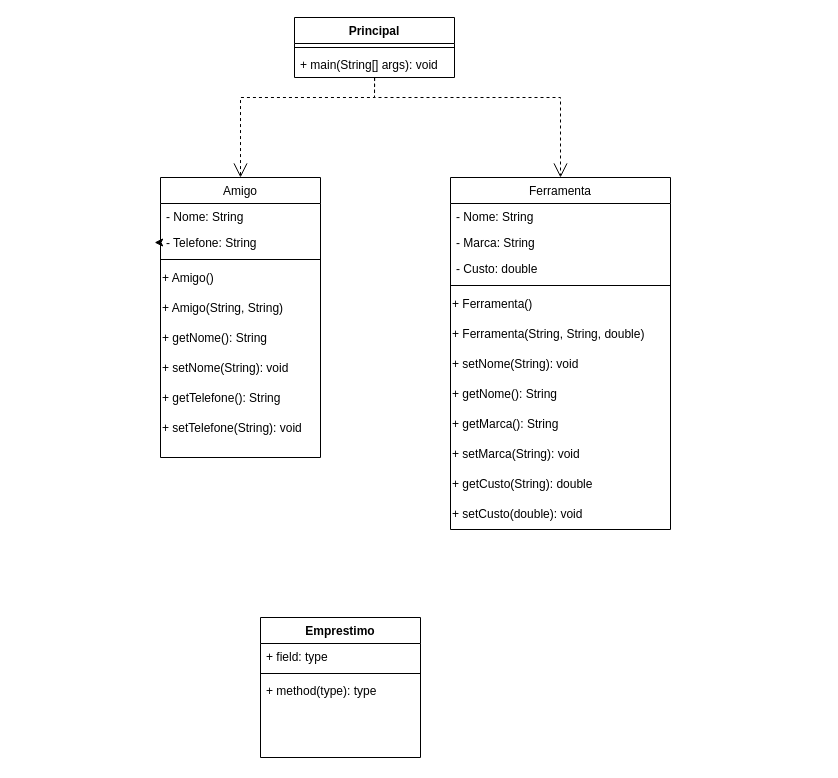
Earlier version of the draw.io diagram Diagrama sem nome.drawio (felipeghizo/Emprestimo_Ferramentas). Source tidied: cells renumbered, new cells numbered last; positions are measured from the earlier drawing's top-left corner, leaving out a move shared by most shapes. Both pictures are drawn from the tidied source at 100%, with x=0, y=0 at pixel (160, 17).
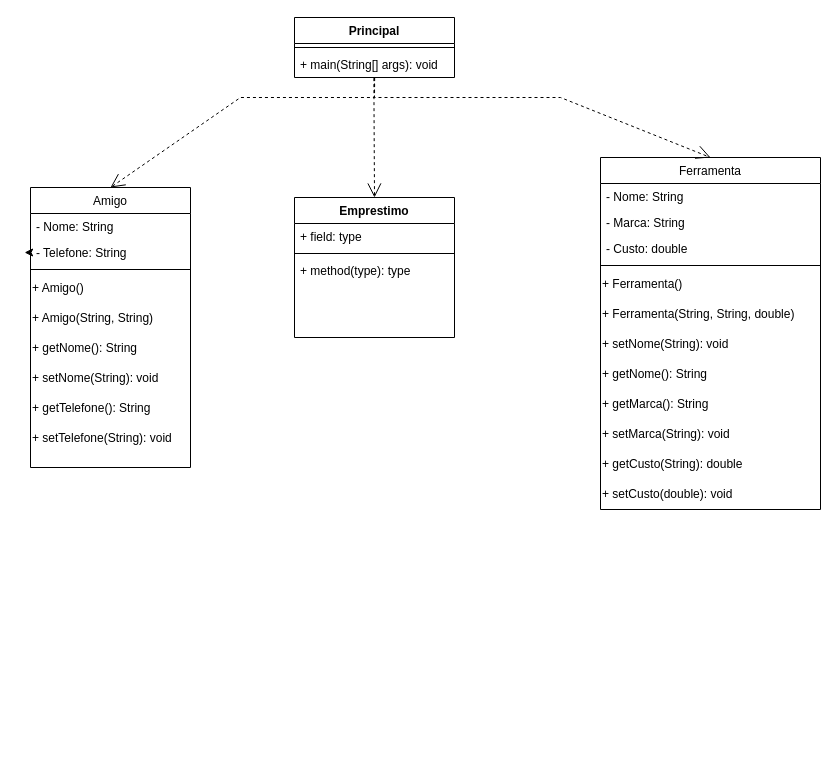
After the change.

Unchanged cells that the change refers to:
```xml
<mxCell id="28" value="+ main(String[] args): void" style="text;strokeColor=none;fillColor=none;align=left;verticalAlign=top;spacingLeft=4;spacingRight=4;overflow=hidden;points=[[0,0.5],[1,0.5]];portConstraint=eastwest;whiteSpace=wrap;html=1;" parent="26" vertex="1">
  <mxGeometry y="34" width="160" height="26" as="geometry" />
</mxCell>
```

What changed in the source:
```diff
@@
     <mxCell id="2" value="Amigo" style="swimlane;fontStyle=0;align=center;verticalAlign=top;horizontal=1;startSize=26;rounded=0;shadow=0;strokeWidth=1;" parent="1" vertex="1">
-      <mxGeometry y="160" width="160" height="280" as="geometry" />
+      <mxGeometry x="-130" y="170" width="160" height="280" as="geometry" />
     </mxCell>
@@
     <mxCell id="13" value="Ferramenta" style="swimlane;fontStyle=0;align=center;verticalAlign=top;horizontal=1;startSize=26;rounded=0;shadow=0;strokeWidth=1;" parent="1" vertex="1">
-      <mxGeometry x="290" y="160" width="220" height="352" as="geometry" />
+      <mxGeometry x="440" y="140" width="220" height="352" as="geometry" />
     </mxCell>
@@
     <mxCell id="31" value="Emprestimo" style="swimlane;fontStyle=1;align=center;verticalAlign=top;horizontal=1;startSize=26;whiteSpace=wrap;html=1;" parent="1" vertex="1">
-      <mxGeometry x="100" y="600" width="160" height="140" as="geometry" />
+      <mxGeometry x="134" y="180" width="160" height="140" as="geometry" />
     </mxCell>
@@
+    <mxCell id="35" style="endArrow=open;endSize=12;dashed=1;html=1;rounded=0;entryX=0.5;entryY=0;entryDx=0;entryDy=0;exitX=0.496;exitY=1.025;exitDx=0;exitDy=0;exitPerimeter=0;" parent="1" edge="1" source="28" target="31">
+      <mxGeometry relative="1" as="geometry" />
+    </mxCell>
```
